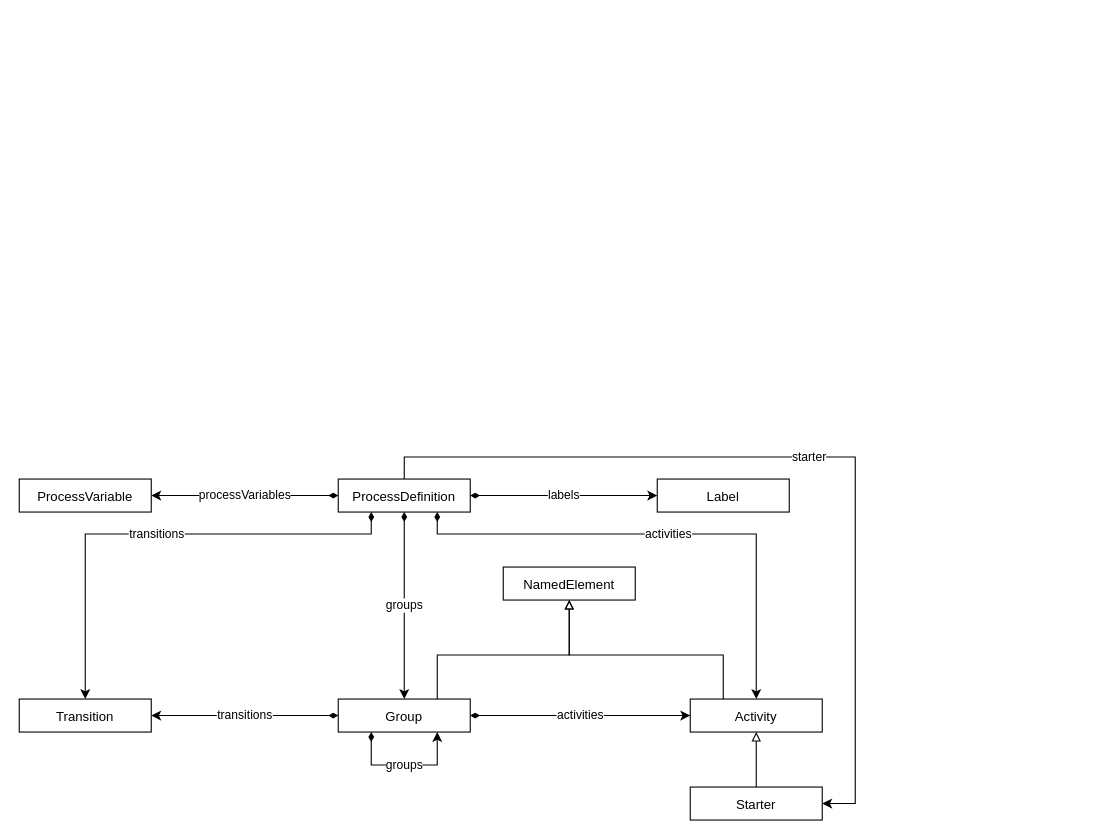
The draw.io diagram ecore/src/main/resources/org/nasdanika/models/tibco/bw/ecore/bw.drawio in Nasdanika-Models/bw5, before the edit. Source tidied: cells renumbered, new cells numbered last; positions are measured from the earlier drawing's top-left corner, leaving out a move shared by most shapes. Both pictures are drawn from the tidied source at 110%, with x=0, y=0 at pixel (19, 457).
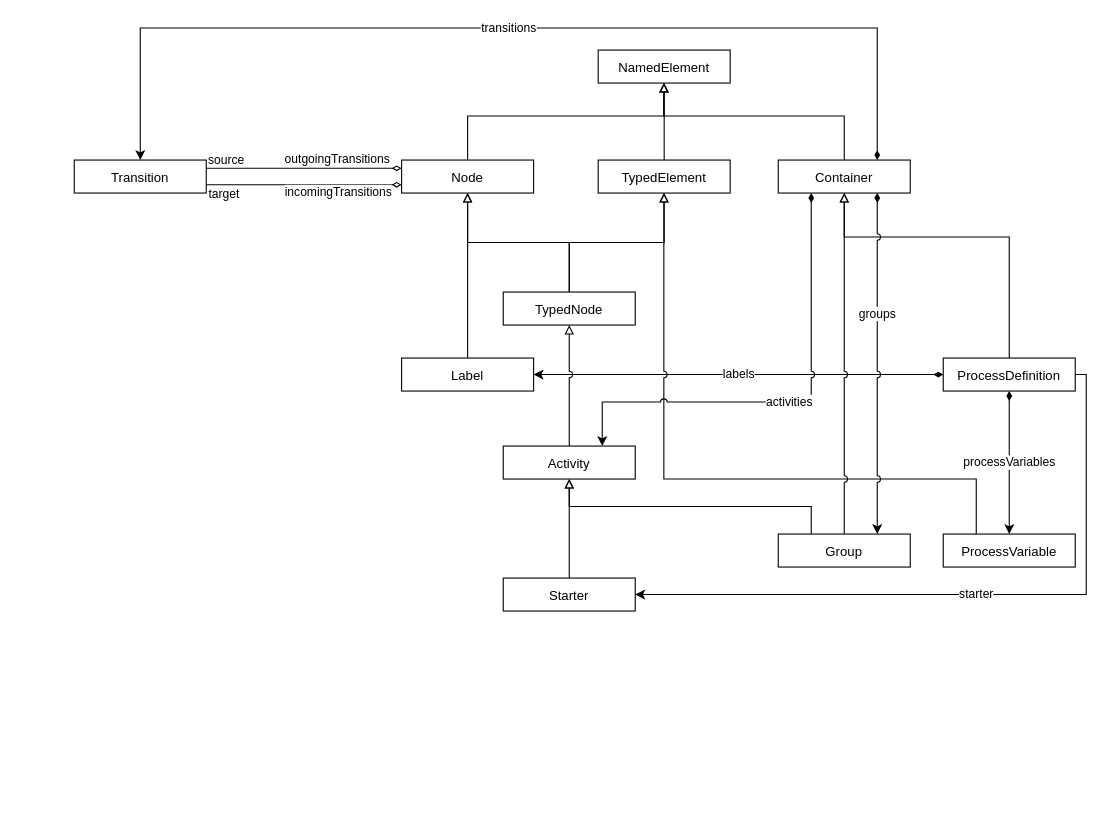
Above is the later version.

The edit, as a diff of the source:
```diff
@@
+    <mxCell id="3" value="Transition" parent="1" vertex="1">
+      <mxGeometry x="50" y="-270" width="120" height="30" as="geometry" />
+    </mxCell>
+    <mxCell id="22" value="Node" parent="1" vertex="1">
+      <mxGeometry x="347.6" y="-270" width="120" height="30" as="geometry" />
+    </mxCell>
+    <mxCell id="23" style="rounded=0;jettySize=1;html=1;exitX=1;exitY=0.25;exitDx=0;exitDy=0;entryX=0;entryY=0.25;entryDx=0;entryDy=0;endArrow=diamondThin;endFill=0;" parent="1" edge="1" source="3" target="22">
+      <mxGeometry relative="1" as="geometry" />
+    </mxCell>
+    <mxCell id="24" value="source" style="edgeLabel;html=1;align=center;verticalAlign=middle;" parent="23" vertex="1">
+      <mxGeometry x="-0.93" relative="1" as="geometry">
+        <mxPoint x="11" y="-8" as="offset" />
+      </mxGeometry>
+    </mxCell>
+    <mxCell id="25" value="outgoingTransitions" style="edgeLabel;html=1;align=center;verticalAlign=middle;" parent="23" vertex="1">
+      <mxGeometry x="0.85" y="1" relative="1" as="geometry">
+        <mxPoint x="-46" y="-8" as="offset" />
+      </mxGeometry>
+    </mxCell>
+    <mxCell id="26" style="rounded=0;jettySize=1;html=1;entryX=0;entryY=0.75;entryDx=0;entryDy=0;exitX=1;exitY=0.75;exitDx=0;exitDy=0;endArrow=diamondThin;endFill=0;" parent="1" edge="1" source="3" target="22">
+      <mxGeometry relative="1" as="geometry" />
+    </mxCell>
+    <mxCell id="27" value="target" style="edgeLabel;html=1;align=center;verticalAlign=middle;" parent="26" vertex="1">
+      <mxGeometry x="-0.89" relative="1" as="geometry">
+        <mxPoint x="5" y="8" as="offset" />
+      </mxGeometry>
+    </mxCell>
+    <mxCell id="28" value="incomingTransitions" style="edgeLabel;html=1;align=center;verticalAlign=middle;" parent="26" vertex="1">
+      <mxGeometry x="0.55" relative="1" as="geometry">
+        <mxPoint x="-19" y="6" as="offset" />
+      </mxGeometry>
+    </mxCell>
     <mxCell id="2" value="ProcessDefinition" parent="1" vertex="1">
-      <mxGeometry x="290" y="20" width="120" height="30" as="geometry" />
+      <mxGeometry x="840" y="-90" width="120" height="30" as="geometry" />
     </mxCell>
-    <mxCell id="3" value="Transition" parent="1" vertex="1">
-      <mxGeometry y="220" width="120" height="30" as="geometry" />
-    </mxCell>
-    <mxCell id="4" value="transitions" style="rounded=0;jettySize=1;html=1;startArrow=diamondThin;startFill=1;edgeStyle=orthogonalEdgeStyle;exitX=0.25;exitY=1;exitDx=0;exitDy=0;entryX=0.5;entryY=0;entryDx=0;entryDy=0;" parent="1" edge="1" source="2" target="3">
-      <mxGeometry relative="1" as="geometry">
-        <Array as="points">
-          <mxPoint x="320" y="70" />
-          <mxPoint x="60" y="70" />
-        </Array>
-      </mxGeometry>
-    </mxCell>
-    <mxCell id="5" value="Group" parent="1" vertex="1">
-      <mxGeometry x="290" y="220" width="120" height="30" as="geometry" />
-    </mxCell>
-    <mxCell id="6" value="transitions" style="rounded=0;jettySize=1;html=1;startArrow=diamondThin;startFill=1;" parent="1" edge="1" source="5" target="3">
-      <mxGeometry relative="1" as="geometry" />
-    </mxCell>
-    <mxCell id="7" value="groups" style="rounded=0;orthogonalLoop=1;jettySize=1;html=1;startArrow=diamondThin;startFill=1;edgeStyle=orthogonalEdgeStyle;exitX=0.25;exitY=1;exitDx=0;exitDy=0;entryX=0.75;entryY=1;entryDx=0;entryDy=0;" parent="1" edge="1" source="5" target="5">
-      <mxGeometry relative="1" as="geometry">
-        <Array as="points">
-          <mxPoint x="320" y="280" />
-          <mxPoint x="380" y="280" />
-        </Array>
-      </mxGeometry>
-    </mxCell>
-    <mxCell id="8" value="groups" style="rounded=0;jettySize=1;html=1;startArrow=diamondThin;startFill=1;" parent="1" edge="1" source="2" target="5">
-      <mxGeometry relative="1" as="geometry" />
-    </mxCell>
+    <mxCell id="29" value="TypedNode" parent="1" vertex="1">
+      <mxGeometry x="440" y="-150" width="120" height="30" as="geometry" />
+    </mxCell>
+    <mxCell id="30" style="edgeStyle=orthogonalEdgeStyle;rounded=0;jettySize=auto;html=1;endArrow=block;endFill=0;" parent="1" edge="1" source="29" target="22">
+      <mxGeometry relative="1" as="geometry" />
+    </mxCell>
+    <mxCell id="17" value="Label" parent="1" vertex="1">
+      <mxGeometry x="347.6" y="-90" width="120" height="30" as="geometry" />
+    </mxCell>
+    <mxCell id="31" style="edgeStyle=orthogonalEdgeStyle;rounded=0;jettySize=auto;html=1;endArrow=block;endFill=0;" parent="1" edge="1" source="17" target="22">
+      <mxGeometry relative="1" as="geometry" />
+    </mxCell>
+    <mxCell id="18" value="labels" style="rounded=0;jettySize=1;html=1;startArrow=diamondThin;startFill=1;jumpStyle=arc;" parent="1" edge="1" source="2" target="17">
+      <mxGeometry relative="1" as="geometry" />
+    </mxCell>
     <mxCell id="9" value="ProcessVariable" parent="1" vertex="1">
-      <mxGeometry y="20" width="120" height="30" as="geometry" />
+      <mxGeometry x="840" y="70" width="120" height="30" as="geometry" />
     </mxCell>
-    <mxCell id="10" value="processVariables" style="rounded=0;jettySize=1;html=1;startArrow=diamondThin;startFill=1;" parent="1" edge="1" source="2" target="9">
+    <mxCell id="10" value="processVariables" style="rounded=0;jettySize=1;html=1;startArrow=diamondThin;startFill=1;entryX=0.5;entryY=0;entryDx=0;entryDy=0;" parent="1" edge="1" source="2" target="9">
       <mxGeometry relative="1" as="geometry" />
     </mxCell>
+    <mxCell id="19" value="Starter" parent="1" vertex="1">
+      <mxGeometry x="440" y="110" width="120" height="30" as="geometry" />
+    </mxCell>
+    <mxCell id="21" value="starter" style="rounded=0;jettySize=1;html=1;exitX=1;exitY=0.5;exitDx=0;exitDy=0;entryX=1;entryY=0.5;entryDx=0;entryDy=0;edgeStyle=orthogonalEdgeStyle;" parent="1" edge="1" source="2" target="19">
+      <mxGeometry relative="1" as="geometry">
+        <Array as="points">
+          <mxPoint x="970" y="-75" />
+          <mxPoint x="970" y="125" />
+        </Array>
+      </mxGeometry>
+    </mxCell>
+    <mxCell id="32" value="Container" parent="1" vertex="1">
+      <mxGeometry x="690" y="-270" width="120" height="30" as="geometry" />
+    </mxCell>
+    <mxCell id="33" value="transitions" style="rounded=0;jettySize=1;html=1;startArrow=diamondThin;startFill=1;entryX=0.5;entryY=0;entryDx=0;entryDy=0;exitX=0.75;exitY=0;exitDx=0;exitDy=0;edgeStyle=orthogonalEdgeStyle;" parent="1" edge="1" source="32" target="3">
+      <mxGeometry relative="1" as="geometry">
+        <Array as="points">
+          <mxPoint x="780" y="-390" />
+          <mxPoint x="110" y="-390" />
+        </Array>
+      </mxGeometry>
+    </mxCell>
+    <mxCell id="34" style="edgeStyle=orthogonalEdgeStyle;rounded=0;jettySize=auto;html=1;endArrow=block;endFill=0;exitX=0.5;exitY=0;exitDx=0;exitDy=0;jumpStyle=arc;" parent="1" edge="1" source="2" target="32">
+      <mxGeometry relative="1" as="geometry">
+        <Array as="points">
+          <mxPoint x="900" y="-200" />
+          <mxPoint x="750" y="-200" />
+        </Array>
+      </mxGeometry>
+    </mxCell>
     <mxCell id="11" value="NamedElement" parent="1" vertex="1">
-      <mxGeometry x="440" y="100" width="120" height="30" as="geometry" />
+      <mxGeometry x="526.3" y="-370" width="120" height="30" as="geometry" />
     </mxCell>
-    <mxCell id="12" style="edgeStyle=orthogonalEdgeStyle;rounded=0;jettySize=auto;html=1;endArrow=block;endFill=0;exitX=0.75;exitY=0;exitDx=0;exitDy=0;" parent="1" edge="1" source="5" target="11">
-      <mxGeometry relative="1" as="geometry">
-        <Array as="points">
-          <mxPoint x="380" y="180" />
-          <mxPoint x="500" y="180" />
-        </Array>
-      </mxGeometry>
-    </mxCell>
+    <mxCell id="35" style="edgeStyle=orthogonalEdgeStyle;rounded=0;jettySize=auto;html=1;endArrow=block;endFill=0;exitX=0.5;exitY=0;exitDx=0;exitDy=0;" parent="1" edge="1" source="32" target="11">
+      <mxGeometry relative="1" as="geometry">
+        <Array as="points">
+          <mxPoint x="750" y="-310" />
+          <mxPoint x="586" y="-310" />
+        </Array>
+      </mxGeometry>
+    </mxCell>
+    <mxCell id="36" style="edgeStyle=orthogonalEdgeStyle;rounded=0;jettySize=auto;html=1;endArrow=block;endFill=0;" parent="1" edge="1" source="22" target="11">
+      <mxGeometry relative="1" as="geometry">
+        <Array as="points">
+          <mxPoint x="408" y="-310" />
+          <mxPoint x="586" y="-310" />
+        </Array>
+      </mxGeometry>
+    </mxCell>
+    <mxCell id="37" value="TypedElement" parent="1" vertex="1">
+      <mxGeometry x="526.3" y="-270" width="120" height="30" as="geometry" />
+    </mxCell>
+    <mxCell id="38" style="edgeStyle=orthogonalEdgeStyle;rounded=0;jettySize=auto;html=1;endArrow=block;endFill=0;" parent="1" edge="1" source="37" target="11">
+      <mxGeometry relative="1" as="geometry" />
+    </mxCell>
+    <mxCell id="39" style="edgeStyle=orthogonalEdgeStyle;rounded=0;jettySize=auto;html=1;endArrow=block;endFill=0;exitX=0.25;exitY=0;exitDx=0;exitDy=0;jumpStyle=arc;" parent="1" edge="1" source="9" target="37">
+      <mxGeometry relative="1" as="geometry">
+        <Array as="points">
+          <mxPoint x="870" y="20" />
+          <mxPoint x="586" y="20" />
+        </Array>
+      </mxGeometry>
+    </mxCell>
+    <mxCell id="40" style="edgeStyle=orthogonalEdgeStyle;rounded=0;jettySize=auto;html=1;endArrow=block;endFill=0;" parent="1" edge="1" source="29" target="37">
+      <mxGeometry relative="1" as="geometry" />
+    </mxCell>
     <mxCell id="13" value="Activity" parent="1" vertex="1">
-      <mxGeometry x="610" y="220" width="120" height="30" as="geometry" />
+      <mxGeometry x="440" y="-10" width="120" height="30" as="geometry" />
     </mxCell>
-    <mxCell id="14" style="edgeStyle=orthogonalEdgeStyle;rounded=0;jettySize=auto;html=1;endArrow=block;endFill=0;exitX=0.25;exitY=0;exitDx=0;exitDy=0;" parent="1" edge="1" source="13" target="11">
-      <mxGeometry relative="1" as="geometry">
-        <Array as="points">
-          <mxPoint x="640" y="180" />
-          <mxPoint x="500" y="180" />
-        </Array>
-      </mxGeometry>
-    </mxCell>
+    <mxCell id="41" style="edgeStyle=orthogonalEdgeStyle;rounded=0;jettySize=auto;html=1;endArrow=block;endFill=0;jumpStyle=arc;" parent="1" edge="1" source="13" target="29">
+      <mxGeometry relative="1" as="geometry" />
+    </mxCell>
+    <mxCell id="42" value="activities" style="rounded=0;jettySize=1;html=1;startArrow=diamondThin;startFill=1;exitX=0.25;exitY=1;exitDx=0;exitDy=0;edgeStyle=orthogonalEdgeStyle;entryX=0.75;entryY=0;entryDx=0;entryDy=0;jumpStyle=arc;" parent="1" edge="1" source="32" target="13">
+      <mxGeometry relative="1" as="geometry">
+        <Array as="points">
+          <mxPoint x="720" y="-50" />
+          <mxPoint x="530" y="-50" />
+        </Array>
+      </mxGeometry>
+    </mxCell>
+    <mxCell id="20" style="edgeStyle=orthogonalEdgeStyle;rounded=0;jettySize=auto;html=1;endArrow=block;endFill=0;" parent="1" edge="1" source="19" target="13">
+      <mxGeometry relative="1" as="geometry" />
+    </mxCell>
+    <mxCell id="5" value="Group" parent="1" vertex="1">
+      <mxGeometry x="690" y="70" width="120" height="30" as="geometry" />
+    </mxCell>
-    <mxCell id="15" value="activities" style="rounded=0;jettySize=1;html=1;startArrow=diamondThin;startFill=1;" parent="1" edge="1" source="5" target="13">
+    <mxCell id="15" style="edgeStyle=orthogonalEdgeStyle;rounded=0;jettySize=auto;html=1;endArrow=block;endFill=0;exitX=0.25;exitY=0;exitDx=0;exitDy=0;" parent="1" edge="1" source="5" target="13">
       <mxGeometry relative="1" as="geometry" />
     </mxCell>
-    <mxCell id="16" value="activities" style="rounded=0;jettySize=1;html=1;startArrow=diamondThin;startFill=1;exitX=0.75;exitY=1;exitDx=0;exitDy=0;edgeStyle=orthogonalEdgeStyle;" parent="1" edge="1" source="2" target="13">
-      <mxGeometry relative="1" as="geometry">
-        <Array as="points">
-          <mxPoint x="380" y="70" />
-          <mxPoint x="670" y="70" />
-        </Array>
-      </mxGeometry>
-    </mxCell>
-    <mxCell id="17" value="Label" parent="1" vertex="1">
-      <mxGeometry x="580" y="20" width="120" height="30" as="geometry" />
-    </mxCell>
-    <mxCell id="18" value="labels" style="rounded=0;jettySize=1;html=1;startArrow=diamondThin;startFill=1;" parent="1" edge="1" source="2" target="17">
-      <mxGeometry relative="1" as="geometry" />
-    </mxCell>
-    <mxCell id="19" value="Starter" parent="1" vertex="1">
-      <mxGeometry x="610" y="300" width="120" height="30" as="geometry" />
-    </mxCell>
-    <mxCell id="20" style="edgeStyle=orthogonalEdgeStyle;rounded=0;jettySize=auto;html=1;endArrow=block;endFill=0;" parent="1" edge="1" source="19" target="13">
-      <mxGeometry relative="1" as="geometry" />
-    </mxCell>
-    <mxCell id="21" value="starter" style="rounded=0;jettySize=1;html=1;edgeStyle=orthogonalEdgeStyle;exitX=0.5;exitY=0;exitDx=0;exitDy=0;entryX=1;entryY=0.5;entryDx=0;entryDy=0;" parent="1" edge="1" source="2" target="19">
-      <mxGeometry relative="1" as="geometry">
-        <Array as="points">
-          <mxPoint x="350" />
-          <mxPoint x="760" />
-          <mxPoint x="760" y="315" />
-        </Array>
-      </mxGeometry>
-    </mxCell>
+    <mxCell id="43" style="edgeStyle=orthogonalEdgeStyle;rounded=0;jettySize=auto;html=1;endArrow=block;endFill=0;jumpStyle=arc;" parent="1" edge="1" source="5" target="32">
+      <mxGeometry relative="1" as="geometry" />
+    </mxCell>
+    <mxCell id="44" value="groups" style="rounded=0;jettySize=1;html=1;startArrow=diamondThin;startFill=1;edgeStyle=orthogonalEdgeStyle;exitX=0.75;exitY=1;exitDx=0;exitDy=0;entryX=0.75;entryY=0;entryDx=0;entryDy=0;jumpStyle=arc;" parent="1" edge="1" source="32" target="5">
+      <mxGeometry x="-0.29" relative="1" as="geometry" />
+    </mxCell>
```
